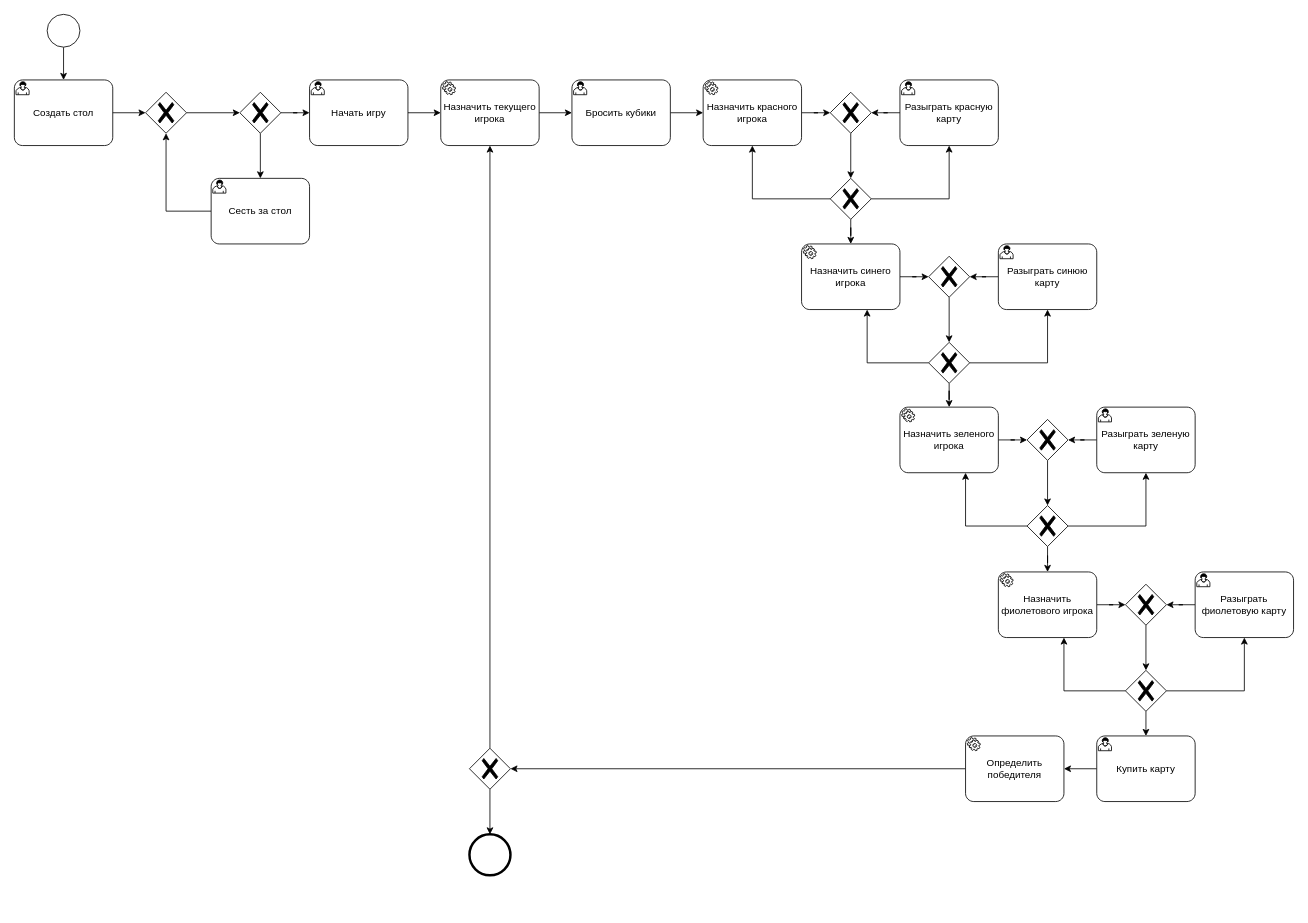
Before: Documents/Features/MK-3/UF_Ichma_Roko.drawio in citerm/tg-doc, a draw.io diagram. Source tidied: cells renumbered, new cells numbered last; positions are measured from the earlier drawing's top-left corner, leaving out a move shared by most shapes. Both pictures are drawn from the tidied source at 82%, with x=0, y=0 at pixel (14, 14).
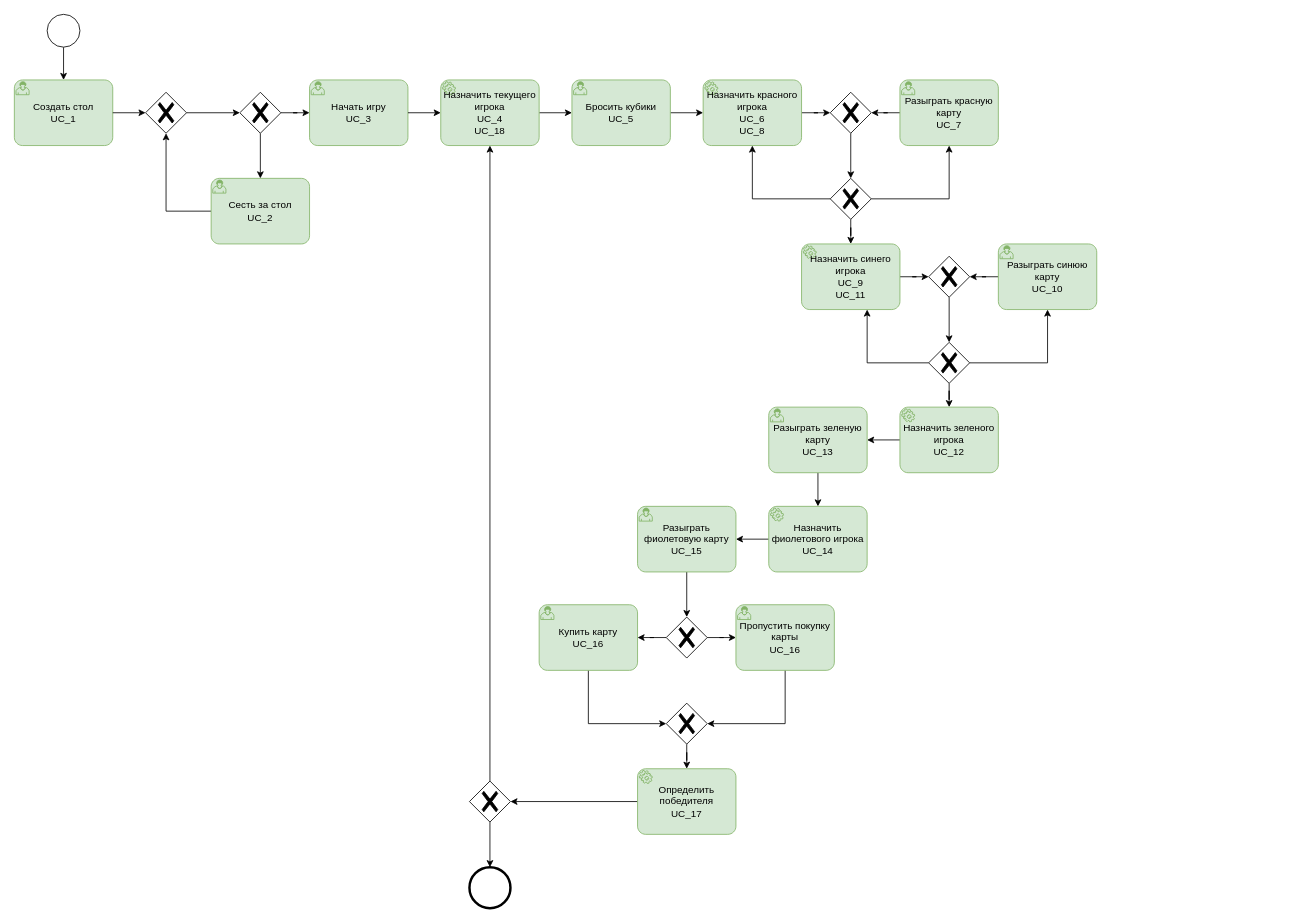
Above is the later version.

What changed in the source:
```diff
@@
-    <mxCell id="4" value="Создать стол" style="points=[[0.25,0,0],[0.5,0,0],[0.75,0,0],[1,0.25,0],[1,0.5,0],[1,0.75,0],[0.75,1,0],[0.5,1,0],[0.25,1,0],[0,0.75,0],[0,0.5,0],[0,0.25,0]];shape=mxgraph.bpmn.task;whiteSpace=wrap;rectStyle=rounded;size=10;html=1;taskMarker=user;" parent="1" vertex="1">
+    <mxCell id="4" value="&lt;div&gt;Создать стол&lt;/div&gt;&lt;div&gt;UC_1&lt;br&gt;&lt;/div&gt;" style="points=[[0.25,0,0],[0.5,0,0],[0.75,0,0],[1,0.25,0],[1,0.5,0],[1,0.75,0],[0.75,1,0],[0.5,1,0],[0.25,1,0],[0,0.75,0],[0,0.5,0],[0,0.25,0]];shape=mxgraph.bpmn.task;whiteSpace=wrap;rectStyle=rounded;size=10;html=1;taskMarker=user;fillColor=#d5e8d4;strokeColor=#82b366;" parent="1" vertex="1">
       <mxGeometry y="80" width="120" height="80" as="geometry" />
     </mxCell>
@@
-    <mxCell id="7" value="Сесть за стол" style="points=[[0.25,0,0],[0.5,0,0],[0.75,0,0],[1,0.25,0],[1,0.5,0],[1,0.75,0],[0.75,1,0],[0.5,1,0],[0.25,1,0],[0,0.75,0],[0,0.5,0],[0,0.25,0]];shape=mxgraph.bpmn.task;whiteSpace=wrap;rectStyle=rounded;size=10;html=1;taskMarker=user;" parent="1" vertex="1">
+    <mxCell id="7" value="&lt;div&gt;Сесть за стол&lt;/div&gt;&lt;div&gt;UC_2&lt;/div&gt;" style="points=[[0.25,0,0],[0.5,0,0],[0.75,0,0],[1,0.25,0],[1,0.5,0],[1,0.75,0],[0.75,1,0],[0.5,1,0],[0.25,1,0],[0,0.75,0],[0,0.5,0],[0,0.25,0]];shape=mxgraph.bpmn.task;whiteSpace=wrap;rectStyle=rounded;size=10;html=1;taskMarker=user;fillColor=#d5e8d4;strokeColor=#82b366;" parent="1" vertex="1">
       <mxGeometry x="240" y="200" width="120" height="80" as="geometry" />
     </mxCell>
@@
-    <mxCell id="9" value="Начать игру" style="points=[[0.25,0,0],[0.5,0,0],[0.75,0,0],[1,0.25,0],[1,0.5,0],[1,0.75,0],[0.75,1,0],[0.5,1,0],[0.25,1,0],[0,0.75,0],[0,0.5,0],[0,0.25,0]];shape=mxgraph.bpmn.task;whiteSpace=wrap;rectStyle=rounded;size=10;html=1;taskMarker=user;" parent="1" vertex="1">
+    <mxCell id="9" value="&lt;div&gt;Начать игру&lt;/div&gt;&lt;div&gt;UC_3&lt;/div&gt;" style="points=[[0.25,0,0],[0.5,0,0],[0.75,0,0],[1,0.25,0],[1,0.5,0],[1,0.75,0],[0.75,1,0],[0.5,1,0],[0.25,1,0],[0,0.75,0],[0,0.5,0],[0,0.25,0]];shape=mxgraph.bpmn.task;whiteSpace=wrap;rectStyle=rounded;size=10;html=1;taskMarker=user;fillColor=#d5e8d4;strokeColor=#82b366;" parent="1" vertex="1">
       <mxGeometry x="360" y="80" width="120" height="80" as="geometry" />
     </mxCell>
     <mxCell id="10" style="points=[[0.145,0.145,0],[0.5,0,0],[0.855,0.145,0],[1,0.5,0],[0.855,0.855,0],[0.5,1,0],[0.145,0.855,0],[0,0.5,0]];shape=mxgraph.bpmn.event;html=1;verticalLabelPosition=bottom;labelBackgroundColor=#ffffff;verticalAlign=top;align=center;perimeter=ellipsePerimeter;outlineConnect=0;outline=end;symbol=terminate2;" parent="1" vertex="1">
-      <mxGeometry x="555" y="1000" width="50" height="50" as="geometry" />
+      <mxGeometry x="555" y="1040" width="50" height="50" as="geometry" />
     </mxCell>
@@
-    <mxCell id="17" value="Бросить кубики" style="points=[[0.25,0,0],[0.5,0,0],[0.75,0,0],[1,0.25,0],[1,0.5,0],[1,0.75,0],[0.75,1,0],[0.5,1,0],[0.25,1,0],[0,0.75,0],[0,0.5,0],[0,0.25,0]];shape=mxgraph.bpmn.task;whiteSpace=wrap;rectStyle=rounded;size=10;html=1;taskMarker=user;" parent="1" vertex="1">
+    <mxCell id="17" value="&lt;div&gt;Бросить кубики&lt;/div&gt;&lt;div&gt;UC_5&lt;br&gt;&lt;/div&gt;" style="points=[[0.25,0,0],[0.5,0,0],[0.75,0,0],[1,0.25,0],[1,0.5,0],[1,0.75,0],[0.75,1,0],[0.5,1,0],[0.25,1,0],[0,0.75,0],[0,0.5,0],[0,0.25,0]];shape=mxgraph.bpmn.task;whiteSpace=wrap;rectStyle=rounded;size=10;html=1;taskMarker=user;fillColor=#d5e8d4;strokeColor=#82b366;" parent="1" vertex="1">
       <mxGeometry x="680" y="80" width="120" height="80" as="geometry" />
     </mxCell>
@@
-    <mxCell id="19" value="Назначить красного игрока" style="points=[[0.25,0,0],[0.5,0,0],[0.75,0,0],[1,0.25,0],[1,0.5,0],[1,0.75,0],[0.75,1,0],[0.5,1,0],[0.25,1,0],[0,0.75,0],[0,0.5,0],[0,0.25,0]];shape=mxgraph.bpmn.task;whiteSpace=wrap;rectStyle=rounded;size=10;html=1;taskMarker=service;" parent="1" vertex="1">
+    <mxCell id="19" value="&lt;div&gt;Назначить красного игрока&lt;/div&gt;&lt;div&gt;UC_6&lt;/div&gt;&lt;div&gt;UC_8&lt;br&gt;&lt;/div&gt;" style="points=[[0.25,0,0],[0.5,0,0],[0.75,0,0],[1,0.25,0],[1,0.5,0],[1,0.75,0],[0.75,1,0],[0.5,1,0],[0.25,1,0],[0,0.75,0],[0,0.5,0],[0,0.25,0]];shape=mxgraph.bpmn.task;whiteSpace=wrap;rectStyle=rounded;size=10;html=1;taskMarker=service;fillColor=#d5e8d4;strokeColor=#82b366;" parent="1" vertex="1">
       <mxGeometry x="840" y="80" width="120" height="80" as="geometry" />
     </mxCell>
@@
-    <mxCell id="26" value="Разыграть красную карту" style="points=[[0.25,0,0],[0.5,0,0],[0.75,0,0],[1,0.25,0],[1,0.5,0],[1,0.75,0],[0.75,1,0],[0.5,1,0],[0.25,1,0],[0,0.75,0],[0,0.5,0],[0,0.25,0]];shape=mxgraph.bpmn.task;whiteSpace=wrap;rectStyle=rounded;size=10;html=1;taskMarker=user;" parent="1" vertex="1">
+    <mxCell id="26" value="&lt;div&gt;Разыграть красную карту&lt;/div&gt;&lt;div&gt;UC_7&lt;br&gt;&lt;/div&gt;" style="points=[[0.25,0,0],[0.5,0,0],[0.75,0,0],[1,0.25,0],[1,0.5,0],[1,0.75,0],[0.75,1,0],[0.5,1,0],[0.25,1,0],[0,0.75,0],[0,0.5,0],[0,0.25,0]];shape=mxgraph.bpmn.task;whiteSpace=wrap;rectStyle=rounded;size=10;html=1;taskMarker=user;fillColor=#d5e8d4;strokeColor=#82b366;" parent="1" vertex="1">
       <mxGeometry x="1080" y="80" width="120" height="80" as="geometry" />
     </mxCell>
@@
-    <mxCell id="28" style="edgeStyle=orthogonalEdgeStyle;rounded=0;jettySize=auto;html=1;" parent="1" edge="1" source="63" target="32">
-      <mxGeometry relative="1" as="geometry">
-        <Array as="points">
-          <mxPoint x="1400" y="945" />
-        </Array>
-      </mxGeometry>
+    <mxCell id="28" style="edgeStyle=orthogonalEdgeStyle;rounded=0;jettySize=auto;html=1;" parent="1" edge="1" source="65" target="69">
+      <mxGeometry relative="1" as="geometry" />
     </mxCell>
@@
-    <mxCell id="30" value="Назначить текущего игрока" style="points=[[0.25,0,0],[0.5,0,0],[0.75,0,0],[1,0.25,0],[1,0.5,0],[1,0.75,0],[0.75,1,0],[0.5,1,0],[0.25,1,0],[0,0.75,0],[0,0.5,0],[0,0.25,0]];shape=mxgraph.bpmn.task;whiteSpace=wrap;rectStyle=rounded;size=10;html=1;taskMarker=service;" parent="1" vertex="1">
+    <mxCell id="30" value="&lt;div&gt;Назначить текущего игрока&lt;/div&gt;&lt;div&gt;UC_4&lt;/div&gt;&lt;div&gt;UC_18&lt;br&gt;&lt;/div&gt;" style="points=[[0.25,0,0],[0.5,0,0],[0.75,0,0],[1,0.25,0],[1,0.5,0],[1,0.75,0],[0.75,1,0],[0.5,1,0],[0.25,1,0],[0,0.75,0],[0,0.5,0],[0,0.25,0]];shape=mxgraph.bpmn.task;whiteSpace=wrap;rectStyle=rounded;size=10;html=1;taskMarker=service;fillColor=#d5e8d4;strokeColor=#82b366;" parent="1" vertex="1">
       <mxGeometry x="520" y="80" width="120" height="80" as="geometry" />
     </mxCell>
-    <mxCell id="31" style="edgeStyle=orthogonalEdgeStyle;rounded=0;jettySize=auto;html=1;" parent="1" edge="1" source="32" target="36">
-      <mxGeometry relative="1" as="geometry" />
+    <mxCell id="31" style="edgeStyle=orthogonalEdgeStyle;rounded=0;jettySize=auto;html=1;" parent="1" edge="1" source="32" target="71">
+      <mxGeometry relative="1" as="geometry">
+        <Array as="points">
+          <mxPoint x="700" y="865" />
+        </Array>
+      </mxGeometry>
     </mxCell>
-    <mxCell id="32" value="Купить карту" style="points=[[0.25,0,0],[0.5,0,0],[0.75,0,0],[1,0.25,0],[1,0.5,0],[1,0.75,0],[0.75,1,0],[0.5,1,0],[0.25,1,0],[0,0.75,0],[0,0.5,0],[0,0.25,0]];shape=mxgraph.bpmn.task;whiteSpace=wrap;rectStyle=rounded;size=10;html=1;taskMarker=user;" parent="1" vertex="1">
-      <mxGeometry x="1320" y="880" width="120" height="80" as="geometry" />
+    <mxCell id="32" value="&lt;div&gt;Купить карту&lt;/div&gt;&lt;div&gt;UC_16&lt;br&gt;&lt;/div&gt;" style="points=[[0.25,0,0],[0.5,0,0],[0.75,0,0],[1,0.25,0],[1,0.5,0],[1,0.75,0],[0.75,1,0],[0.5,1,0],[0.25,1,0],[0,0.75,0],[0,0.5,0],[0,0.25,0]];shape=mxgraph.bpmn.task;whiteSpace=wrap;rectStyle=rounded;size=10;html=1;taskMarker=user;fillColor=#d5e8d4;strokeColor=#82b366;" parent="1" vertex="1">
+      <mxGeometry x="640" y="720" width="120" height="80" as="geometry" />
     </mxCell>
@@
     <mxCell id="34" style="points=[[0.25,0.25,0],[0.5,0,0],[0.75,0.25,0],[1,0.5,0],[0.75,0.75,0],[0.5,1,0],[0.25,0.75,0],[0,0.5,0]];shape=mxgraph.bpmn.gateway2;html=1;verticalLabelPosition=bottom;labelBackgroundColor=#ffffff;verticalAlign=top;align=center;perimeter=rhombusPerimeter;outlineConnect=0;outline=none;symbol=none;gwType=exclusive;" parent="1" vertex="1">
-      <mxGeometry x="555" y="895" width="50" height="50" as="geometry" />
+      <mxGeometry x="555" y="935" width="50" height="50" as="geometry" />
     </mxCell>
@@
-    <mxCell id="36" value="Определить победителя" style="points=[[0.25,0,0],[0.5,0,0],[0.75,0,0],[1,0.25,0],[1,0.5,0],[1,0.75,0],[0.75,1,0],[0.5,1,0],[0.25,1,0],[0,0.75,0],[0,0.5,0],[0,0.25,0]];shape=mxgraph.bpmn.task;whiteSpace=wrap;rectStyle=rounded;size=10;html=1;taskMarker=service;" parent="1" vertex="1">
-      <mxGeometry x="1160" y="880" width="120" height="80" as="geometry" />
+    <mxCell id="36" value="&lt;div&gt;Определить победителя&lt;/div&gt;&lt;div&gt;UC_17&lt;br&gt;&lt;/div&gt;" style="points=[[0.25,0,0],[0.5,0,0],[0.75,0,0],[1,0.25,0],[1,0.5,0],[1,0.75,0],[0.75,1,0],[0.5,1,0],[0.25,1,0],[0,0.75,0],[0,0.5,0],[0,0.25,0]];shape=mxgraph.bpmn.task;whiteSpace=wrap;rectStyle=rounded;size=10;html=1;taskMarker=service;fillColor=#d5e8d4;strokeColor=#82b366;" parent="1" vertex="1">
+      <mxGeometry x="760" y="920" width="120" height="80" as="geometry" />
     </mxCell>
@@
-    <mxCell id="39" value="Назначить синего игрока" style="points=[[0.25,0,0],[0.5,0,0],[0.75,0,0],[1,0.25,0],[1,0.5,0],[1,0.75,0],[0.75,1,0],[0.5,1,0],[0.25,1,0],[0,0.75,0],[0,0.5,0],[0,0.25,0]];shape=mxgraph.bpmn.task;whiteSpace=wrap;rectStyle=rounded;size=10;html=1;taskMarker=service;" parent="1" vertex="1">
+    <mxCell id="39" value="&lt;div&gt;Назначить синего игрока&lt;/div&gt;&lt;div&gt;UC_9&lt;/div&gt;&lt;div&gt;UC_11&lt;br&gt;&lt;/div&gt;" style="points=[[0.25,0,0],[0.5,0,0],[0.75,0,0],[1,0.25,0],[1,0.5,0],[1,0.75,0],[0.75,1,0],[0.5,1,0],[0.25,1,0],[0,0.75,0],[0,0.5,0],[0,0.25,0]];shape=mxgraph.bpmn.task;whiteSpace=wrap;rectStyle=rounded;size=10;html=1;taskMarker=service;fillColor=#d5e8d4;strokeColor=#82b366;" parent="1" vertex="1">
       <mxGeometry x="960" y="280" width="120" height="80" as="geometry" />
     </mxCell>
@@
-    <mxCell id="46" value="Разыграть синюю карту" style="points=[[0.25,0,0],[0.5,0,0],[0.75,0,0],[1,0.25,0],[1,0.5,0],[1,0.75,0],[0.75,1,0],[0.5,1,0],[0.25,1,0],[0,0.75,0],[0,0.5,0],[0,0.25,0]];shape=mxgraph.bpmn.task;whiteSpace=wrap;rectStyle=rounded;size=10;html=1;taskMarker=user;" parent="1" vertex="1">
+    <mxCell id="46" value="&lt;div&gt;Разыграть синюю карту&lt;/div&gt;&lt;div&gt;UC_10&lt;br&gt;&lt;/div&gt;" style="points=[[0.25,0,0],[0.5,0,0],[0.75,0,0],[1,0.25,0],[1,0.5,0],[1,0.75,0],[0.75,1,0],[0.5,1,0],[0.25,1,0],[0,0.75,0],[0,0.5,0],[0,0.25,0]];shape=mxgraph.bpmn.task;whiteSpace=wrap;rectStyle=rounded;size=10;html=1;taskMarker=user;fillColor=#d5e8d4;strokeColor=#82b366;" parent="1" vertex="1">
       <mxGeometry x="1200" y="280" width="120" height="80" as="geometry" />
     </mxCell>
@@
-    <mxCell id="48" style="edgeStyle=orthogonalEdgeStyle;rounded=0;jettySize=auto;html=1;" parent="1" edge="1" source="49" target="51">
+    <mxCell id="48" style="edgeStyle=orthogonalEdgeStyle;rounded=0;jettySize=auto;html=1;" parent="1" edge="1" source="49" target="56">
       <mxGeometry relative="1" as="geometry" />
     </mxCell>
-    <mxCell id="49" value="Назначить зеленого игрока" style="points=[[0.25,0,0],[0.5,0,0],[0.75,0,0],[1,0.25,0],[1,0.5,0],[1,0.75,0],[0.75,1,0],[0.5,1,0],[0.25,1,0],[0,0.75,0],[0,0.5,0],[0,0.25,0]];shape=mxgraph.bpmn.task;whiteSpace=wrap;rectStyle=rounded;size=10;html=1;taskMarker=service;" parent="1" vertex="1">
+    <mxCell id="49" value="&lt;div&gt;Назначить зеленого игрока&lt;/div&gt;&lt;div&gt;UC_12&lt;br&gt;&lt;/div&gt;" style="points=[[0.25,0,0],[0.5,0,0],[0.75,0,0],[1,0.25,0],[1,0.5,0],[1,0.75,0],[0.75,1,0],[0.5,1,0],[0.25,1,0],[0,0.75,0],[0,0.5,0],[0,0.25,0]];shape=mxgraph.bpmn.task;whiteSpace=wrap;rectStyle=rounded;size=10;html=1;taskMarker=service;fillColor=#d5e8d4;strokeColor=#82b366;" parent="1" vertex="1">
       <mxGeometry x="1080" y="479" width="120" height="80" as="geometry" />
     </mxCell>
-    <mxCell id="50" style="edgeStyle=orthogonalEdgeStyle;rounded=0;jettySize=auto;html=1;" parent="1" edge="1" source="51" target="54">
-      <mxGeometry relative="1" as="geometry" />
-    </mxCell>
-    <mxCell id="51" style="points=[[0.25,0.25,0],[0.5,0,0],[0.75,0.25,0],[1,0.5,0],[0.75,0.75,0],[0.5,1,0],[0.25,0.75,0],[0,0.5,0]];shape=mxgraph.bpmn.gateway2;html=1;verticalLabelPosition=bottom;labelBackgroundColor=#ffffff;verticalAlign=top;align=center;perimeter=rhombusPerimeter;outlineConnect=0;outline=none;symbol=none;gwType=exclusive;" parent="1" vertex="1">
-      <mxGeometry x="1235" y="494" width="50" height="50" as="geometry" />
-    </mxCell>
-    <mxCell id="52" style="edgeStyle=orthogonalEdgeStyle;rounded=0;jettySize=auto;html=1;" parent="1" edge="1" source="54" target="56">
-      <mxGeometry relative="1" as="geometry" />
-    </mxCell>
-    <mxCell id="53" style="edgeStyle=orthogonalEdgeStyle;rounded=0;jettySize=auto;html=1;" parent="1" edge="1" source="54" target="59">
+    <mxCell id="53" style="edgeStyle=orthogonalEdgeStyle;rounded=0;jettySize=auto;html=1;" parent="1" edge="1" source="56" target="59">
       <mxGeometry relative="1" as="geometry" />
     </mxCell>
-    <mxCell id="54" style="points=[[0.25,0.25,0],[0.5,0,0],[0.75,0.25,0],[1,0.5,0],[0.75,0.75,0],[0.5,1,0],[0.25,0.75,0],[0,0.5,0]];shape=mxgraph.bpmn.gateway2;html=1;verticalLabelPosition=bottom;labelBackgroundColor=#ffffff;verticalAlign=top;align=center;perimeter=rhombusPerimeter;outlineConnect=0;outline=none;symbol=none;gwType=exclusive;" parent="1" vertex="1">
-      <mxGeometry x="1235" y="599" width="50" height="50" as="geometry" />
-    </mxCell>
-    <mxCell id="55" style="edgeStyle=orthogonalEdgeStyle;rounded=0;jettySize=auto;html=1;" parent="1" edge="1" source="56" target="51">
-      <mxGeometry relative="1" as="geometry" />
-    </mxCell>
-    <mxCell id="56" value="Разыграть зеленую карту" style="points=[[0.25,0,0],[0.5,0,0],[0.75,0,0],[1,0.25,0],[1,0.5,0],[1,0.75,0],[0.75,1,0],[0.5,1,0],[0.25,1,0],[0,0.75,0],[0,0.5,0],[0,0.25,0]];shape=mxgraph.bpmn.task;whiteSpace=wrap;rectStyle=rounded;size=10;html=1;taskMarker=user;" parent="1" vertex="1">
-      <mxGeometry x="1320" y="479" width="120" height="80" as="geometry" />
+    <mxCell id="56" value="&lt;div&gt;Разыграть зеленую карту&lt;/div&gt;&lt;div&gt;UC_13&lt;br&gt;&lt;/div&gt;" style="points=[[0.25,0,0],[0.5,0,0],[0.75,0,0],[1,0.25,0],[1,0.5,0],[1,0.75,0],[0.75,1,0],[0.5,1,0],[0.25,1,0],[0,0.75,0],[0,0.5,0],[0,0.25,0]];shape=mxgraph.bpmn.task;whiteSpace=wrap;rectStyle=rounded;size=10;html=1;taskMarker=user;fillColor=#d5e8d4;strokeColor=#82b366;" parent="1" vertex="1">
+      <mxGeometry x="920" y="479" width="120" height="80" as="geometry" />
     </mxCell>
-    <mxCell id="57" style="edgeStyle=orthogonalEdgeStyle;rounded=0;jettySize=auto;html=1;" parent="1" edge="1" source="54" target="49">
-      <mxGeometry relative="1" as="geometry">
-        <Array as="points">
-          <mxPoint x="1160" y="624" />
-        </Array>
-      </mxGeometry>
-    </mxCell>
-    <mxCell id="58" style="edgeStyle=orthogonalEdgeStyle;rounded=0;jettySize=auto;html=1;" parent="1" edge="1" source="59" target="61">
+    <mxCell id="58" style="edgeStyle=orthogonalEdgeStyle;rounded=0;jettySize=auto;html=1;" parent="1" edge="1" source="59" target="65">
       <mxGeometry relative="1" as="geometry" />
     </mxCell>
-    <mxCell id="59" value="Назначить фиолетового игрока" style="points=[[0.25,0,0],[0.5,0,0],[0.75,0,0],[1,0.25,0],[1,0.5,0],[1,0.75,0],[0.75,1,0],[0.5,1,0],[0.25,1,0],[0,0.75,0],[0,0.5,0],[0,0.25,0]];shape=mxgraph.bpmn.task;whiteSpace=wrap;rectStyle=rounded;size=10;html=1;taskMarker=service;" parent="1" vertex="1">
-      <mxGeometry x="1200" y="680" width="120" height="80" as="geometry" />
+    <mxCell id="59" value="&lt;div&gt;Назначить фиолетового игрока&lt;/div&gt;&lt;div&gt;UC_14&lt;br&gt;&lt;/div&gt;" style="points=[[0.25,0,0],[0.5,0,0],[0.75,0,0],[1,0.25,0],[1,0.5,0],[1,0.75,0],[0.75,1,0],[0.5,1,0],[0.25,1,0],[0,0.75,0],[0,0.5,0],[0,0.25,0]];shape=mxgraph.bpmn.task;whiteSpace=wrap;rectStyle=rounded;size=10;html=1;taskMarker=service;fillColor=#d5e8d4;strokeColor=#82b366;" parent="1" vertex="1">
+      <mxGeometry x="920" y="600" width="120" height="80" as="geometry" />
     </mxCell>
-    <mxCell id="60" style="edgeStyle=orthogonalEdgeStyle;rounded=0;jettySize=auto;html=1;" parent="1" edge="1" source="61" target="63">
-      <mxGeometry relative="1" as="geometry" />
-    </mxCell>
-    <mxCell id="61" style="points=[[0.25,0.25,0],[0.5,0,0],[0.75,0.25,0],[1,0.5,0],[0.75,0.75,0],[0.5,1,0],[0.25,0.75,0],[0,0.5,0]];shape=mxgraph.bpmn.gateway2;html=1;verticalLabelPosition=bottom;labelBackgroundColor=#ffffff;verticalAlign=top;align=center;perimeter=rhombusPerimeter;outlineConnect=0;outline=none;symbol=none;gwType=exclusive;" parent="1" vertex="1">
-      <mxGeometry x="1355" y="695" width="50" height="50" as="geometry" />
-    </mxCell>
-    <mxCell id="62" style="edgeStyle=orthogonalEdgeStyle;rounded=0;jettySize=auto;html=1;" parent="1" edge="1" source="63" target="65">
-      <mxGeometry relative="1" as="geometry" />
-    </mxCell>
-    <mxCell id="63" style="points=[[0.25,0.25,0],[0.5,0,0],[0.75,0.25,0],[1,0.5,0],[0.75,0.75,0],[0.5,1,0],[0.25,0.75,0],[0,0.5,0]];shape=mxgraph.bpmn.gateway2;html=1;verticalLabelPosition=bottom;labelBackgroundColor=#ffffff;verticalAlign=top;align=center;perimeter=rhombusPerimeter;outlineConnect=0;outline=none;symbol=none;gwType=exclusive;" parent="1" vertex="1">
-      <mxGeometry x="1355" y="800" width="50" height="50" as="geometry" />
-    </mxCell>
-    <mxCell id="64" style="edgeStyle=orthogonalEdgeStyle;rounded=0;jettySize=auto;html=1;" parent="1" edge="1" source="65" target="61">
-      <mxGeometry relative="1" as="geometry" />
-    </mxCell>
-    <mxCell id="65" value="Разыграть фиолетовую карту" style="points=[[0.25,0,0],[0.5,0,0],[0.75,0,0],[1,0.25,0],[1,0.5,0],[1,0.75,0],[0.75,1,0],[0.5,1,0],[0.25,1,0],[0,0.75,0],[0,0.5,0],[0,0.25,0]];shape=mxgraph.bpmn.task;whiteSpace=wrap;rectStyle=rounded;size=10;html=1;taskMarker=user;" parent="1" vertex="1">
-      <mxGeometry x="1440" y="680" width="120" height="80" as="geometry" />
+    <mxCell id="65" value="&lt;div&gt;Разыграть фиолетовую карту&lt;/div&gt;&lt;div&gt;UC_15&lt;br&gt;&lt;/div&gt;" style="points=[[0.25,0,0],[0.5,0,0],[0.75,0,0],[1,0.25,0],[1,0.5,0],[1,0.75,0],[0.75,1,0],[0.5,1,0],[0.25,1,0],[0,0.75,0],[0,0.5,0],[0,0.25,0]];shape=mxgraph.bpmn.task;whiteSpace=wrap;rectStyle=rounded;size=10;html=1;taskMarker=user;fillColor=#d5e8d4;strokeColor=#82b366;" parent="1" vertex="1">
+      <mxGeometry x="760" y="600" width="120" height="80" as="geometry" />
     </mxCell>
-    <mxCell id="66" style="edgeStyle=orthogonalEdgeStyle;rounded=0;jettySize=auto;html=1;" parent="1" edge="1" source="63" target="59">
-      <mxGeometry relative="1" as="geometry">
-        <Array as="points">
-          <mxPoint x="1280" y="825" />
-        </Array>
-      </mxGeometry>
-    </mxCell>
+    <mxCell id="67" style="edgeStyle=orthogonalEdgeStyle;rounded=0;jettySize=auto;html=1;" parent="1" edge="1" source="69" target="32">
+      <mxGeometry relative="1" as="geometry" />
+    </mxCell>
+    <mxCell id="68" style="edgeStyle=orthogonalEdgeStyle;rounded=0;jettySize=auto;html=1;" parent="1" edge="1" source="69" target="73">
+      <mxGeometry relative="1" as="geometry" />
+    </mxCell>
+    <mxCell id="69" style="points=[[0.25,0.25,0],[0.5,0,0],[0.75,0.25,0],[1,0.5,0],[0.75,0.75,0],[0.5,1,0],[0.25,0.75,0],[0,0.5,0]];shape=mxgraph.bpmn.gateway2;html=1;verticalLabelPosition=bottom;labelBackgroundColor=#ffffff;verticalAlign=top;align=center;perimeter=rhombusPerimeter;outlineConnect=0;outline=none;symbol=none;gwType=exclusive;" parent="1" vertex="1">
+      <mxGeometry x="795" y="735" width="50" height="50" as="geometry" />
+    </mxCell>
+    <mxCell id="70" style="edgeStyle=orthogonalEdgeStyle;rounded=0;jettySize=auto;html=1;" parent="1" edge="1" source="71" target="36">
+      <mxGeometry relative="1" as="geometry" />
+    </mxCell>
+    <mxCell id="71" style="points=[[0.25,0.25,0],[0.5,0,0],[0.75,0.25,0],[1,0.5,0],[0.75,0.75,0],[0.5,1,0],[0.25,0.75,0],[0,0.5,0]];shape=mxgraph.bpmn.gateway2;html=1;verticalLabelPosition=bottom;labelBackgroundColor=#ffffff;verticalAlign=top;align=center;perimeter=rhombusPerimeter;outlineConnect=0;outline=none;symbol=none;gwType=exclusive;" parent="1" vertex="1">
+      <mxGeometry x="795" y="840" width="50" height="50" as="geometry" />
+    </mxCell>
+    <mxCell id="72" style="edgeStyle=orthogonalEdgeStyle;rounded=0;jettySize=auto;html=1;" parent="1" edge="1" source="73" target="71">
+      <mxGeometry relative="1" as="geometry">
+        <Array as="points">
+          <mxPoint x="940" y="865" />
+        </Array>
+      </mxGeometry>
+    </mxCell>
+    <mxCell id="73" value="&lt;div&gt;Пропустить покупку карты&lt;/div&gt;&lt;div&gt;UC_16&lt;br&gt;&lt;/div&gt;" style="points=[[0.25,0,0],[0.5,0,0],[0.75,0,0],[1,0.25,0],[1,0.5,0],[1,0.75,0],[0.75,1,0],[0.5,1,0],[0.25,1,0],[0,0.75,0],[0,0.5,0],[0,0.25,0]];shape=mxgraph.bpmn.task;whiteSpace=wrap;rectStyle=rounded;size=10;html=1;taskMarker=user;fillColor=#d5e8d4;strokeColor=#82b366;" parent="1" vertex="1">
+      <mxGeometry x="880" y="720" width="120" height="80" as="geometry" />
+    </mxCell>
```
